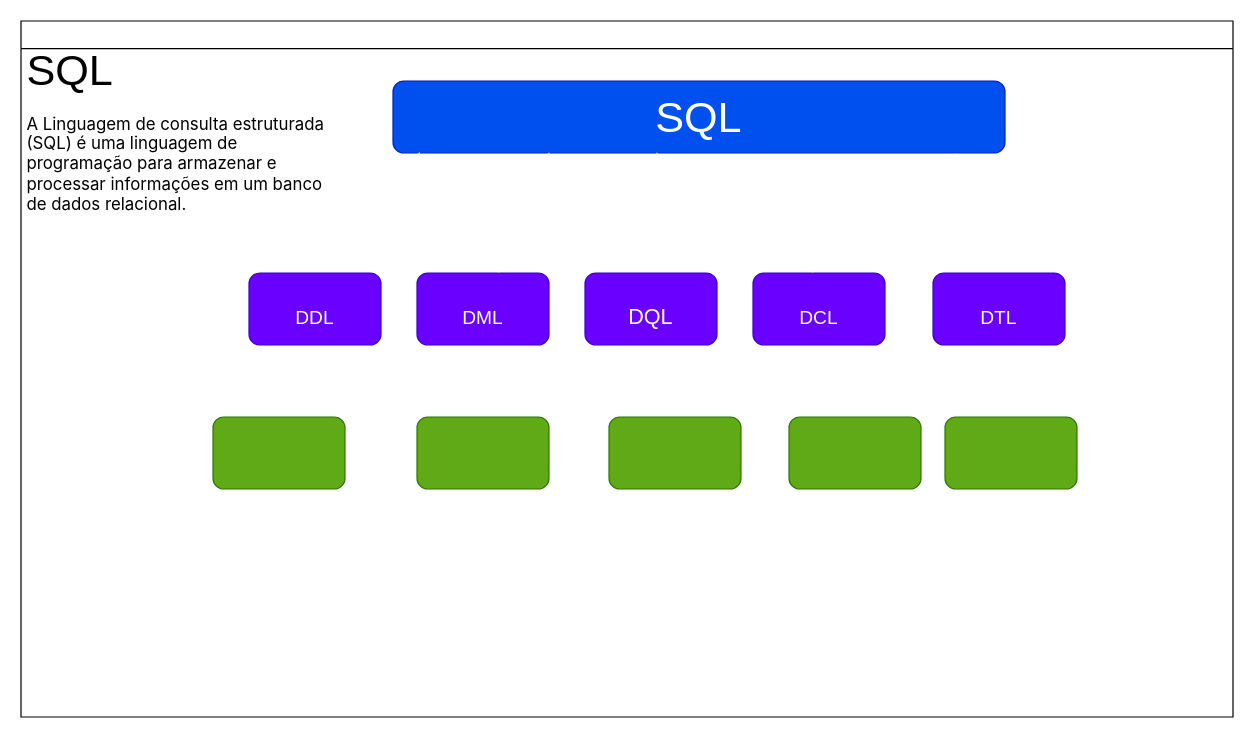
NataliPF/Banco-Dados-Senac keeps this draw.io diagram as aulas/01/SQL.drawio. Above is the earlier version. Source tidied: cells renumbered, new cells numbered last; positions are measured from the earlier drawing's top-left corner, leaving out a move shared by most shapes. Both pictures are drawn from the tidied source at 120%, with x=0, y=0 at pixel (20, 20).
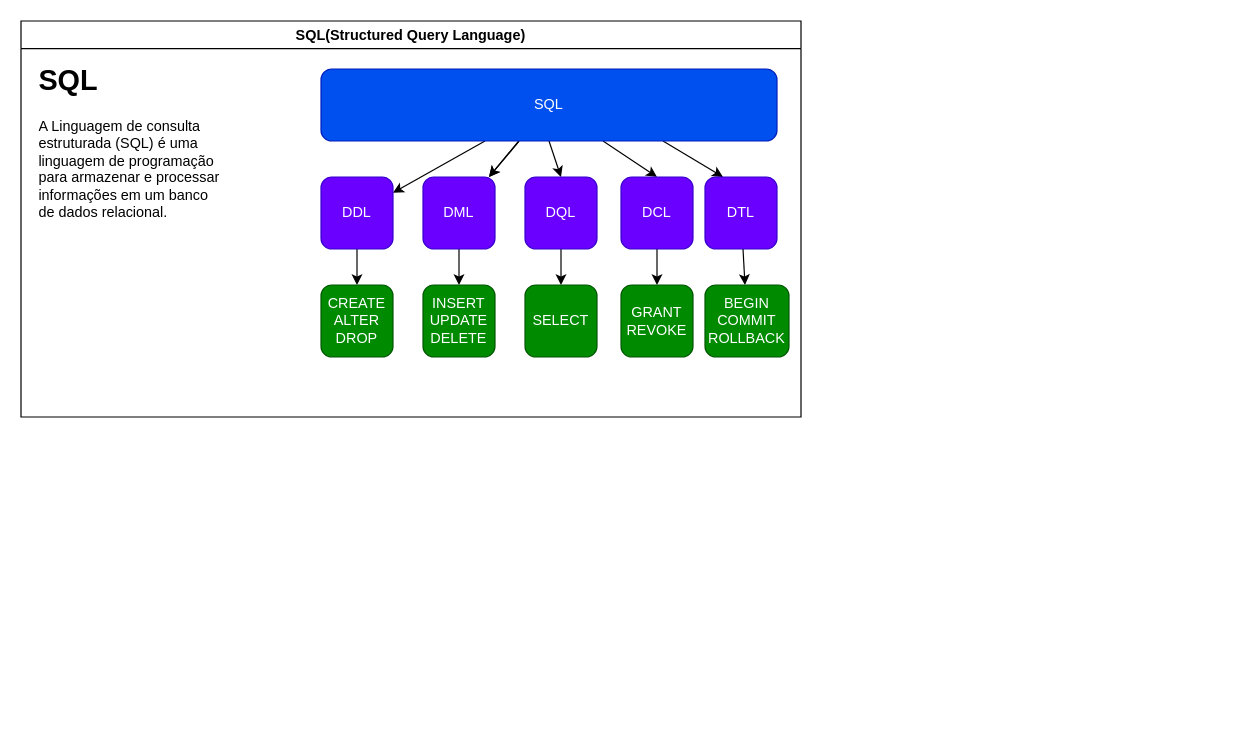
The same page after the edit.

The edit, as a diff of the source:
```diff
@@
-    <mxCell id="2" style="swimlane;whiteSpace=wrap;html=1;" parent="1" vertex="1">
-      <mxGeometry width="1010" height="580" as="geometry" />
+    <mxCell id="2" value="SQL(Structured Query Language)" style="swimlane;whiteSpace=wrap;html=1;" parent="1" vertex="1">
+      <mxGeometry width="650" height="330" as="geometry" />
     </mxCell>
-    <mxCell id="3" value="&lt;font style=&quot;font-size: 36px;&quot;&gt;SQL&lt;/font&gt;&lt;br&gt;&lt;br&gt;&lt;div style=&quot;box-sizing: border-box; font-family: -apple-system, BlinkMacSystemFont, &amp;quot;Segoe UI&amp;quot;, system-ui, &amp;quot;Apple Color Emoji&amp;quot;, &amp;quot;Segoe UI Emoji&amp;quot;, &amp;quot;Segoe UI Web&amp;quot;, sans-serif; font-size: 14px;&quot;&gt;A Linguagem de consulta estruturada (SQL) é uma linguagem de programação para armazenar e processar informações em um banco de dados relacional.&lt;/div&gt;" style="text;html=1;strokeColor=none;fillColor=none;spacing=5;spacingTop=-20;whiteSpace=wrap;overflow=hidden;rounded=0;" parent="2" vertex="1">
-      <mxGeometry y="30" width="260" height="170" as="geometry" />
+    <mxCell id="3" value="&lt;h1&gt;SQL&lt;/h1&gt;&lt;p&gt;A Linguagem de consulta estruturada (SQL) é uma linguagem de programação para armazenar e processar informações em um banco de dados relacional.&lt;/p&gt;" style="text;html=1;strokeColor=none;fillColor=none;spacing=5;spacingTop=-20;whiteSpace=wrap;overflow=hidden;rounded=0;" parent="2" vertex="1">
+      <mxGeometry x="10" y="30" width="160" height="140" as="geometry" />
     </mxCell>
+    <mxCell id="5" style="edgeStyle=none;html=1;" parent="2" edge="1" source="4" target="22">
+      <mxGeometry relative="1" as="geometry" />
+    </mxCell>
+    <mxCell id="21" style="edgeStyle=none;html=1;" parent="2" edge="1" source="4" target="6">
+      <mxGeometry relative="1" as="geometry" />
+    </mxCell>
+    <mxCell id="8" style="edgeStyle=none;html=1;" parent="2" edge="1" source="4" target="6">
+      <mxGeometry relative="1" as="geometry" />
+    </mxCell>
+    <mxCell id="13" style="edgeStyle=none;html=1;exitX=0.5;exitY=1;exitDx=0;exitDy=0;entryX=0.5;entryY=0;entryDx=0;entryDy=0;" parent="2" edge="1" source="4" target="7">
+      <mxGeometry relative="1" as="geometry" />
+    </mxCell>
+    <mxCell id="15" style="edgeStyle=none;html=1;entryX=0.5;entryY=0;entryDx=0;entryDy=0;" parent="2" edge="1" source="4" target="10">
+      <mxGeometry relative="1" as="geometry" />
+    </mxCell>
+    <mxCell id="12" style="edgeStyle=none;html=1;exitX=0.75;exitY=1;exitDx=0;exitDy=0;entryX=0.25;entryY=0;entryDx=0;entryDy=0;" parent="2" edge="1" source="4" target="11">
+      <mxGeometry relative="1" as="geometry" />
+    </mxCell>
-    <mxCell id="4" value="&lt;p style=&quot;line-height: 10%;&quot;&gt;SQL&lt;/p&gt;" style="rounded=1;whiteSpace=wrap;html=1;fontSize=36;fillColor=#0050ef;fontColor=#ffffff;strokeColor=#001DBC;" parent="2" vertex="1">
-      <mxGeometry x="310" y="50" width="510" height="60" as="geometry" />
+    <mxCell id="4" value="SQL" style="rounded=1;whiteSpace=wrap;html=1;fillColor=#0050ef;strokeColor=#001DBC;fontColor=#ffffff;" parent="2" vertex="1">
+      <mxGeometry x="250" y="40" width="380" height="60" as="geometry" />
     </mxCell>
-    <mxCell id="5" value="&lt;font size=&quot;3&quot;&gt;DDL&lt;/font&gt;" style="rounded=1;whiteSpace=wrap;html=1;fontSize=36;fillColor=#6a00ff;fontColor=#ffffff;strokeColor=#3700CC;" parent="2" vertex="1">
-      <mxGeometry x="190" y="210" width="110" height="60" as="geometry" />
-    </mxCell>
+    <mxCell id="16" style="edgeStyle=none;html=1;" parent="2" edge="1" source="22" target="25">
+      <mxGeometry relative="1" as="geometry" />
+    </mxCell>
+    <mxCell id="22" value="DDL" style="rounded=1;whiteSpace=wrap;html=1;fillColor=#6a00ff;strokeColor=#3700CC;fontColor=#ffffff;" parent="2" vertex="1">
+      <mxGeometry x="250" y="130" width="60" height="60" as="geometry" />
+    </mxCell>
+    <mxCell id="18" style="edgeStyle=none;html=1;" parent="2" edge="1" source="6" target="17">
+      <mxGeometry relative="1" as="geometry" />
+    </mxCell>
-    <mxCell id="6" value="&lt;font size=&quot;3&quot;&gt;DML&lt;/font&gt;" style="rounded=1;whiteSpace=wrap;html=1;fontSize=36;fillColor=#6a00ff;fontColor=#ffffff;strokeColor=#3700CC;" parent="2" vertex="1">
-      <mxGeometry x="330" y="210" width="110" height="60" as="geometry" />
+    <mxCell id="6" value="DML" style="rounded=1;whiteSpace=wrap;html=1;fillColor=#6a00ff;strokeColor=#3700CC;fontColor=#ffffff;" parent="2" vertex="1">
+      <mxGeometry x="335" y="130" width="60" height="60" as="geometry" />
     </mxCell>
+    <mxCell id="14" style="edgeStyle=none;html=1;" parent="2" edge="1" source="7" target="24">
+      <mxGeometry relative="1" as="geometry" />
+    </mxCell>
-    <mxCell id="7" value="&lt;span style=&quot;font-size: 18px;&quot;&gt;DQL&lt;/span&gt;" style="rounded=1;whiteSpace=wrap;html=1;fontSize=36;fillColor=#6a00ff;fontColor=#ffffff;strokeColor=#3700CC;" parent="2" vertex="1">
-      <mxGeometry x="470" y="210" width="110" height="60" as="geometry" />
+    <mxCell id="7" value="DQL" style="rounded=1;whiteSpace=wrap;html=1;fillColor=#6a00ff;strokeColor=#3700CC;fontColor=#ffffff;" parent="2" vertex="1">
+      <mxGeometry x="420" y="130" width="60" height="60" as="geometry" />
     </mxCell>
-    <mxCell id="8" value="&lt;font size=&quot;3&quot;&gt;DCL&lt;/font&gt;" style="rounded=1;whiteSpace=wrap;html=1;fontSize=36;fillColor=#6a00ff;fontColor=#ffffff;strokeColor=#3700CC;" parent="2" vertex="1">
-      <mxGeometry x="610" y="210" width="110" height="60" as="geometry" />
-    </mxCell>
-    <mxCell id="9" value="&lt;font size=&quot;3&quot;&gt;DTL&lt;/font&gt;" style="rounded=1;whiteSpace=wrap;html=1;fontSize=36;fillColor=#6a00ff;fontColor=#ffffff;strokeColor=#3700CC;" parent="2" vertex="1">
-      <mxGeometry x="760" y="210" width="110" height="60" as="geometry" />
-    </mxCell>
+    <mxCell id="23" style="edgeStyle=none;html=1;" parent="2" edge="1" source="10" target="19">
+      <mxGeometry relative="1" as="geometry" />
+    </mxCell>
-    <mxCell id="10" style="endArrow=classic;html=1;sketch=1;strokeColor=#FFFFFF;fontSize=14;" parent="2" edge="1">
-      <mxGeometry relative="1" as="geometry">
-        <mxPoint x="290" y="180" as="sourcePoint" />
-        <mxPoint x="290" y="180" as="targetPoint" />
-      </mxGeometry>
+    <mxCell id="10" value="DCL" style="rounded=1;whiteSpace=wrap;html=1;fillColor=#6a00ff;strokeColor=#3700CC;fontColor=#ffffff;" parent="2" vertex="1">
+      <mxGeometry x="500" y="130" width="60" height="60" as="geometry" />
     </mxCell>
+    <mxCell id="20" style="edgeStyle=none;html=1;" parent="2" edge="1" source="11" target="26">
+      <mxGeometry relative="1" as="geometry" />
+    </mxCell>
-    <mxCell id="11" style="endArrow=classic;html=1;sketch=1;strokeColor=#FFFFFF;fontSize=14;exitX=0.255;exitY=1;exitDx=0;exitDy=0;exitPerimeter=0;" parent="2" edge="1" source="4" target="6">
-      <mxGeometry relative="1" as="geometry" />
+    <mxCell id="11" value="DTL" style="rounded=1;whiteSpace=wrap;html=1;fillColor=#6a00ff;strokeColor=#3700CC;fontColor=#ffffff;" parent="2" vertex="1">
+      <mxGeometry x="570" y="130" width="60" height="60" as="geometry" />
     </mxCell>
-    <mxCell id="12" style="endArrow=classic;html=1;sketch=1;strokeColor=#FFFFFF;fontSize=14;entryX=0.382;entryY=-0.083;entryDx=0;entryDy=0;entryPerimeter=0;exitX=0.92;exitY=1.017;exitDx=0;exitDy=0;exitPerimeter=0;" parent="2" edge="1" source="4" target="9">
-      <mxGeometry relative="1" as="geometry" />
-    </mxCell>
-    <mxCell id="13" style="endArrow=classic;html=1;sketch=1;strokeColor=#FFFFFF;fontSize=14;entryX=0.609;entryY=-0.067;entryDx=0;entryDy=0;entryPerimeter=0;" parent="2" edge="1" target="7">
-      <mxGeometry relative="1" as="geometry">
-        <mxPoint x="530" y="110" as="sourcePoint" />
-      </mxGeometry>
-    </mxCell>
-    <mxCell id="14" style="endArrow=classic;html=1;sketch=1;strokeColor=#FFFFFF;fontSize=14;exitX=0.043;exitY=1;exitDx=0;exitDy=0;exitPerimeter=0;entryX=1;entryY=1;entryDx=0;entryDy=0;" parent="2" edge="1" source="4" target="3">
-      <mxGeometry relative="1" as="geometry" />
-    </mxCell>
-    <mxCell id="15" style="endArrow=classic;html=1;sketch=1;strokeColor=#FFFFFF;fontSize=14;exitX=0.616;exitY=1.033;exitDx=0;exitDy=0;exitPerimeter=0;entryX=0.455;entryY=0;entryDx=0;entryDy=0;entryPerimeter=0;" parent="2" edge="1" source="4" target="8">
-      <mxGeometry relative="1" as="geometry" />
-    </mxCell>
-    <mxCell id="16" style="rounded=1;whiteSpace=wrap;html=1;fontSize=36;fillColor=#60a917;fontColor=#ffffff;strokeColor=#2D7600;" parent="2" vertex="1">
-      <mxGeometry x="330" y="330" width="110" height="60" as="geometry" />
-    </mxCell>
+    <mxCell id="24" value="SELECT" style="rounded=1;whiteSpace=wrap;html=1;fillColor=#008a00;strokeColor=#005700;fontColor=#ffffff;" parent="2" vertex="1">
+      <mxGeometry x="420" y="220" width="60" height="60" as="geometry" />
+    </mxCell>
+    <mxCell id="25" value="CREATE&lt;br&gt;ALTER&lt;br&gt;DROP" style="rounded=1;whiteSpace=wrap;html=1;fillColor=#008a00;strokeColor=#005700;fontColor=#ffffff;" parent="2" vertex="1">
+      <mxGeometry x="250" y="220" width="60" height="60" as="geometry" />
+    </mxCell>
-    <mxCell id="17" style="rounded=1;whiteSpace=wrap;html=1;fontSize=36;fillColor=#60a917;fontColor=#ffffff;strokeColor=#2D7600;" parent="2" vertex="1">
-      <mxGeometry x="490" y="330" width="110" height="60" as="geometry" />
+    <mxCell id="17" value="INSERT&lt;br&gt;UPDATE&lt;br&gt;DELETE" style="rounded=1;whiteSpace=wrap;html=1;fillColor=#008a00;strokeColor=#005700;fontColor=#ffffff;" parent="2" vertex="1">
+      <mxGeometry x="335" y="220" width="60" height="60" as="geometry" />
     </mxCell>
-    <mxCell id="18" style="rounded=1;whiteSpace=wrap;html=1;fontSize=36;fillColor=#60a917;fontColor=#ffffff;strokeColor=#2D7600;" parent="2" vertex="1">
-      <mxGeometry x="640" y="330" width="110" height="60" as="geometry" />
-    </mxCell>
-    <mxCell id="19" style="rounded=1;whiteSpace=wrap;html=1;fontSize=36;fillColor=#60a917;fontColor=#ffffff;strokeColor=#2D7600;" parent="2" vertex="1">
-      <mxGeometry x="770" y="330" width="110" height="60" as="geometry" />
+    <mxCell id="19" value="GRANT&lt;br&gt;REVOKE" style="rounded=1;whiteSpace=wrap;html=1;fillColor=#008a00;strokeColor=#005700;fontColor=#ffffff;" parent="2" vertex="1">
+      <mxGeometry x="500" y="220" width="60" height="60" as="geometry" />
     </mxCell>
-    <mxCell id="20" style="rounded=1;whiteSpace=wrap;html=1;fontSize=36;fillColor=#60a917;fontColor=#ffffff;strokeColor=#2D7600;" parent="2" vertex="1">
-      <mxGeometry x="160" y="330" width="110" height="60" as="geometry" />
-    </mxCell>
+    <mxCell id="26" value="BEGIN&lt;br&gt;COMMIT&lt;br&gt;ROLLBACK" style="rounded=1;whiteSpace=wrap;html=1;fillColor=#008a00;strokeColor=#005700;fontColor=#ffffff;" parent="2" vertex="1">
+      <mxGeometry x="570" y="220" width="70" height="60" as="geometry" />
+    </mxCell>
```
